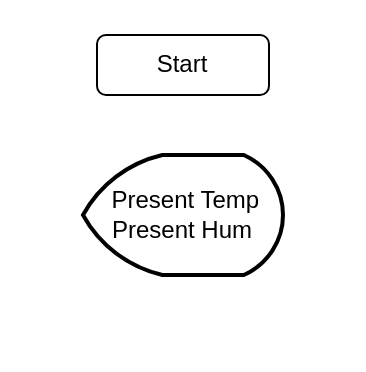
The draw.io diagram Embedded Climate Control.drawio in aufarachman39/Flowchart-PA, before the edit. Source tidied: cells renumbered, new cells numbered last; positions are measured from the earlier drawing's top-left corner, leaving out a move shared by most shapes. Both pictures are drawn from the tidied source at 200%, with x=0, y=0 at pixel (82, 34).
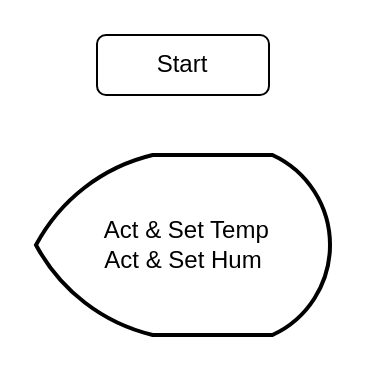
The same diagram, later.

The edit, as a diff of the source:
```diff
@@
 <mxGraphModel>
   <root>
     <mxCell id="0" />
     <mxCell id="1" parent="0" />
     <mxCell id="2" value="Start" style="rounded=1;whiteSpace=wrap;html=1;" parent="1" vertex="1">
       <mxGeometry x="7" width="86" height="30" as="geometry" />
     </mxCell>
-    <mxCell id="3" value="&lt;div&gt;&amp;nbsp;Present Temp&lt;/div&gt;&lt;div&gt;Present Hum&lt;br&gt;&lt;/div&gt;" style="strokeWidth=2;html=1;shape=mxgraph.flowchart.display;whiteSpace=wrap;" parent="1" vertex="1">
-      <mxGeometry y="60" width="100" height="60" as="geometry" />
+    <mxCell id="3" value="&lt;div&gt;&amp;nbsp;Act &amp;amp; Set Temp&lt;/div&gt;&lt;div&gt;Act &amp;amp; Set Hum&lt;br&gt;&lt;/div&gt;" style="strokeWidth=2;html=1;shape=mxgraph.flowchart.display;whiteSpace=wrap;" parent="1" vertex="1">
+      <mxGeometry x="-23.5" y="60" width="147" height="90" as="geometry" />
     </mxCell>
   </root>
 </mxGraphModel>
```
